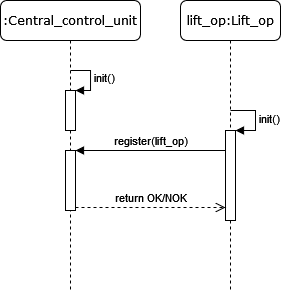
This is doc/diagrams/png/Lift op register.png from AUT-Hard-Ski-Paradise/.github, a draw.io export, as it was before one commit. Source tidied: cells renumbered, new cells last; positions are measured from the earlier drawing's top-left corner, leaving out a move shared by most shapes.
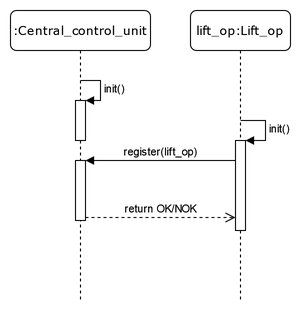
Above is the later version.

What changed in the source:
```diff
@@ -16,7 +16,7 @@
         </Array>
       </mxGeometry>
     </mxCell>
-    <mxCell id="5" value=":Central_control_unit" style="shape=umlLifeline;perimeter=lifelinePerimeter;whiteSpace=wrap;html=1;rounded=1;shadow=0;comic=0;labelBackgroundColor=none;strokeWidth=1;fontFamily=Verdana;fontSize=12;align=center;" parent="1" vertex="1">
+    <mxCell id="5" value=":Central_control_unit" style="shape=umlLifeline;perimeter=lifelinePerimeter;whiteSpace=wrap;html=1;rounded=1;shadow=0;comic=0;labelBackgroundColor=none;strokeWidth=1;fontFamily=Verdana;fontSize=12;align=center;rotation=0;" parent="1" vertex="1">
       <mxGeometry width="140" height="290" as="geometry" />
     </mxCell>
     <mxCell id="6" style="html=1;points=[];perimeter=orthogonalPerimeter;" parent="5" vertex="1">
```
